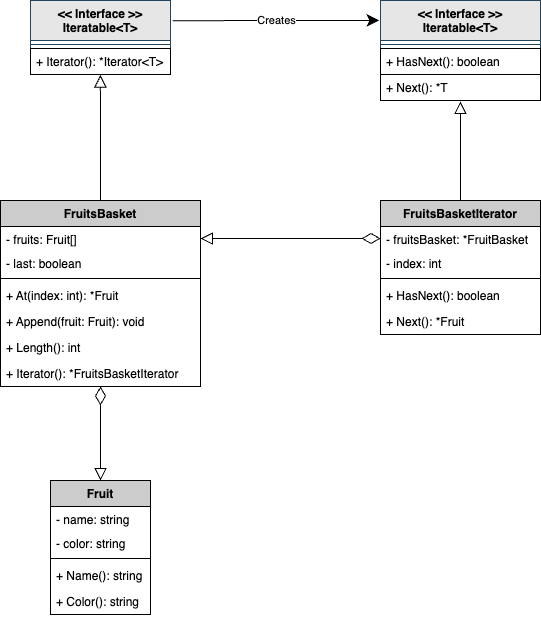
The draw.io diagram internal/patterns/iterator/.docs/class-diagram.drawio.png in sh-yamaga/design-patterns-go, before a commit. Source tidied: cells renumbered, new cells last; positions are measured from the earlier drawing's top-left corner, leaving out a move shared by most shapes.
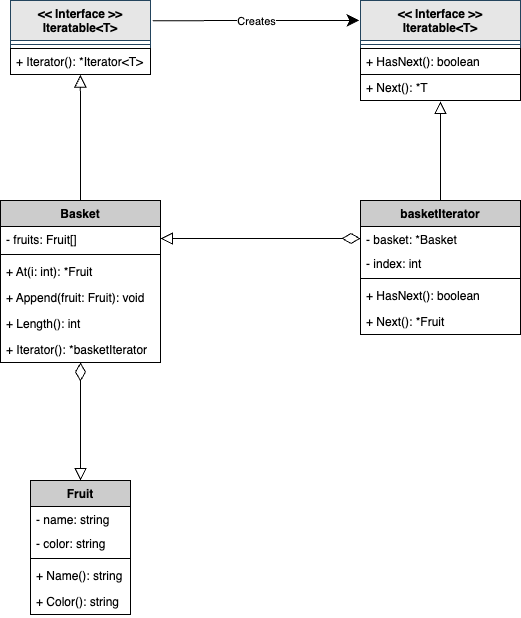
The same file after the commit.

Commit message:
[fix]#iterator_unexpose basketIterator

The edit, as a diff of the source:
```diff
@@ -29,29 +29,26 @@
     <mxCell id="10" value="Creates" style="edgeLabel;html=1;align=center;verticalAlign=middle;labelBackgroundColor=#FFFFFF;strokeColor=#000000;fontColor=#000000;fillColor=none;" parent="9" vertex="1">
       <mxGeometry relative="1" as="geometry" />
     </mxCell>
-    <mxCell id="11" value="FruitsBasket" style="swimlane;fontStyle=1;align=center;verticalAlign=top;horizontal=1;startSize=26;fillColor=#CCCCCC;fontColor=#000000;strokeColor=#000000;" parent="1" vertex="1">
-      <mxGeometry y="200" width="200" height="186" as="geometry" />
+    <mxCell id="11" value="Basket" style="swimlane;fontStyle=1;align=center;verticalAlign=top;horizontal=1;startSize=26;fillColor=#CCCCCC;fontColor=#000000;strokeColor=#000000;" parent="1" vertex="1">
+      <mxGeometry x="20" y="200" width="160" height="162" as="geometry" />
     </mxCell>
     <mxCell id="12" value="- fruits: Fruit[]" style="text;strokeColor=none;fillColor=none;align=left;verticalAlign=top;spacingLeft=4;spacingRight=4;overflow=hidden;points=[[0,0.5],[1,0.5]];portConstraint=eastwest;fontColor=#000000;" parent="11" vertex="1">
-      <mxGeometry y="26" width="200" height="24" as="geometry" />
+      <mxGeometry y="26" width="160" height="24" as="geometry" />
     </mxCell>
-    <mxCell id="13" value="- last: boolean" style="text;strokeColor=none;fillColor=none;align=left;verticalAlign=top;spacingLeft=4;spacingRight=4;overflow=hidden;fontColor=#000000;" parent="11" vertex="1">
-      <mxGeometry y="50" width="200" height="24" as="geometry" />
-    </mxCell>
     <mxCell id="14" style="line;strokeWidth=1;fillColor=none;align=left;verticalAlign=middle;spacingTop=-1;spacingLeft=3;spacingRight=3;labelPosition=right;strokeColor=inherit;" parent="11" vertex="1">
-      <mxGeometry y="74" width="200" height="8" as="geometry" />
+      <mxGeometry y="50" width="160" height="8" as="geometry" />
     </mxCell>
-    <mxCell id="15" value="+ At(index: int): *Fruit" style="text;strokeColor=none;fillColor=none;align=left;verticalAlign=top;spacingLeft=4;spacingRight=4;overflow=hidden;fontColor=#000000;" parent="11" vertex="1">
-      <mxGeometry y="82" width="200" height="26" as="geometry" />
+    <mxCell id="15" value="+ At(i: int): *Fruit" style="text;strokeColor=none;fillColor=none;align=left;verticalAlign=top;spacingLeft=4;spacingRight=4;overflow=hidden;fontColor=#000000;" parent="11" vertex="1">
+      <mxGeometry y="58" width="160" height="26" as="geometry" />
     </mxCell>
     <mxCell id="16" value="+ Append(fruit: Fruit): void" style="text;strokeColor=none;fillColor=none;align=left;verticalAlign=top;spacingLeft=4;spacingRight=4;overflow=hidden;fontColor=#000000;" parent="11" vertex="1">
-      <mxGeometry y="108" width="200" height="26" as="geometry" />
+      <mxGeometry y="84" width="160" height="26" as="geometry" />
     </mxCell>
     <mxCell id="17" value="+ Length(): int" style="text;strokeColor=none;fillColor=none;align=left;verticalAlign=top;spacingLeft=4;spacingRight=4;overflow=hidden;fontColor=#000000;" parent="11" vertex="1">
-      <mxGeometry y="134" width="200" height="26" as="geometry" />
+      <mxGeometry y="110" width="160" height="26" as="geometry" />
     </mxCell>
-    <mxCell id="18" value="+ Iterator(): *FruitsBasketIterator" style="text;strokeColor=none;fillColor=none;align=left;verticalAlign=top;spacingLeft=4;spacingRight=4;overflow=hidden;points=[[0,0.5],[1,0.5]];portConstraint=eastwest;fontColor=#000000;" parent="11" vertex="1">
-      <mxGeometry y="160" width="200" height="26" as="geometry" />
+    <mxCell id="18" value="+ Iterator(): *basketIterator" style="text;strokeColor=none;fillColor=none;align=left;verticalAlign=top;spacingLeft=4;spacingRight=4;overflow=hidden;points=[[0,0.5],[1,0.5]];portConstraint=eastwest;fontColor=#000000;" parent="11" vertex="1">
+      <mxGeometry y="136" width="160" height="26" as="geometry" />
     </mxCell>
     <mxCell id="19" value="Fruit" style="swimlane;fontStyle=1;align=center;verticalAlign=top;horizontal=1;startSize=26;fillColor=#CCCCCC;fontColor=#000000;strokeColor=#000000;" parent="1" vertex="1">
       <mxGeometry x="50" y="480" width="100" height="134" as="geometry" />
@@ -71,10 +68,10 @@
     <mxCell id="24" value="+ Color(): string" style="text;strokeColor=none;fillColor=none;align=left;verticalAlign=top;spacingLeft=4;spacingRight=4;overflow=hidden;fontColor=#000000;" parent="19" vertex="1">
       <mxGeometry y="108" width="100" height="26" as="geometry" />
     </mxCell>
-    <mxCell id="25" value="FruitsBasketIterator" style="swimlane;fontStyle=1;align=center;verticalAlign=top;horizontal=1;startSize=26;fillColor=#CCCCCC;fontColor=#000000;strokeColor=#000000;" parent="1" vertex="1">
+    <mxCell id="25" value="basketIterator" style="swimlane;fontStyle=1;align=center;verticalAlign=top;horizontal=1;startSize=26;fillColor=#CCCCCC;fontColor=#000000;strokeColor=#000000;" parent="1" vertex="1">
       <mxGeometry x="380" y="200" width="160" height="134" as="geometry" />
     </mxCell>
-    <mxCell id="26" value="- fruitsBasket: *FruitBasket" style="text;strokeColor=none;fillColor=none;align=left;verticalAlign=top;spacingLeft=4;spacingRight=4;overflow=hidden;points=[[0,0.5],[1,0.5]];portConstraint=eastwest;fontColor=#000000;" parent="25" vertex="1">
+    <mxCell id="26" value="- basket: *Basket" style="text;strokeColor=none;fillColor=none;align=left;verticalAlign=top;spacingLeft=4;spacingRight=4;overflow=hidden;points=[[0,0.5],[1,0.5]];portConstraint=eastwest;fontColor=#000000;" parent="25" vertex="1">
       <mxGeometry y="26" width="160" height="24" as="geometry" />
     </mxCell>
     <mxCell id="27" value="- index: int" style="text;strokeColor=none;fillColor=none;align=left;verticalAlign=top;spacingLeft=4;spacingRight=4;overflow=hidden;fontColor=#000000;" parent="25" vertex="1">
```
